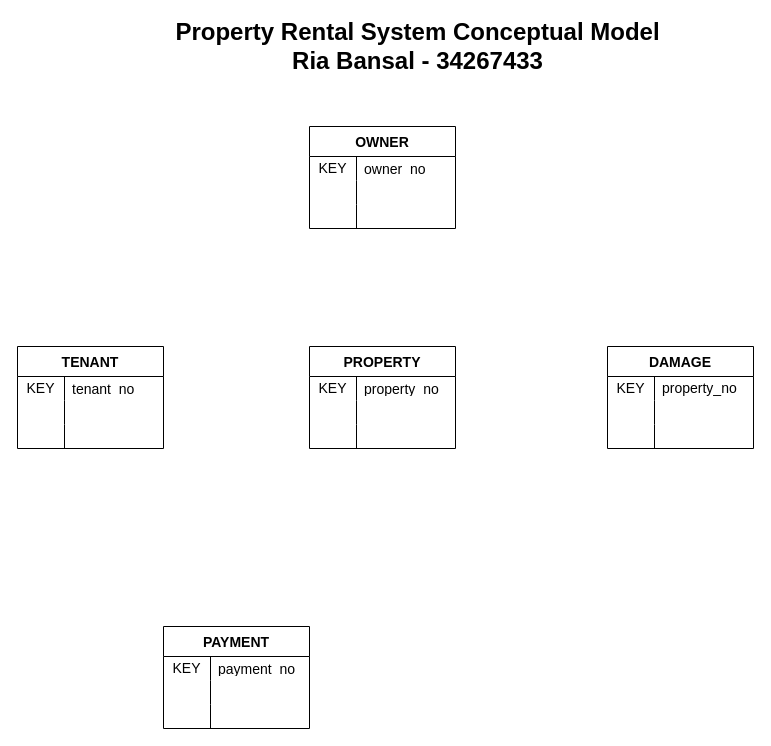
This is Applied/App02/prs_conceptual.drawio from riabansal27/databases-project, a draw.io file, before an edit. Source tidied: cells renumbered, new cells numbered last; positions are measured from the earlier drawing's top-left corner, leaving out a move shared by most shapes. Both pictures are drawn from the tidied source at 100%, with x=0, y=0 at pixel (17, 26).
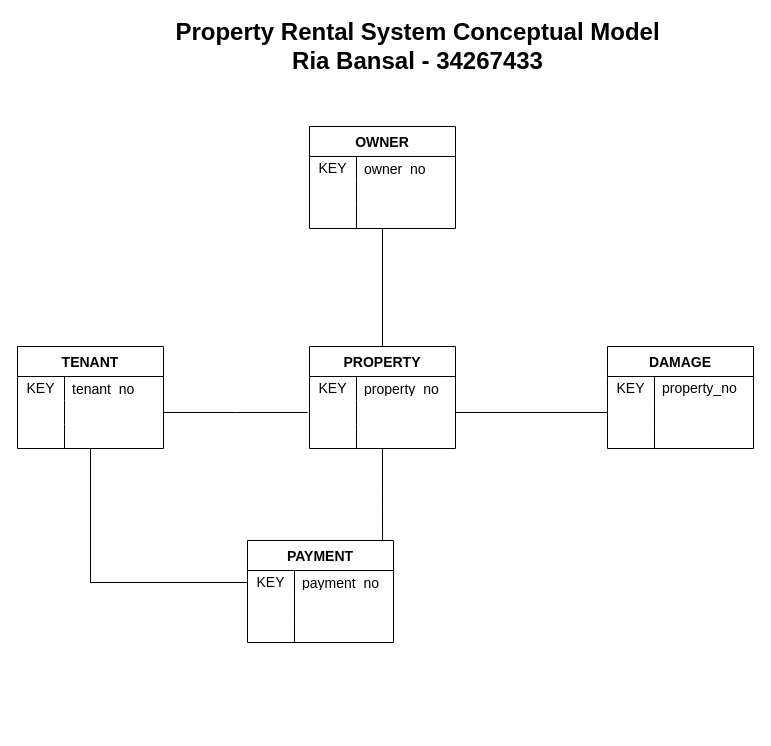
The same diagram, later.

Commit message (it also covers changes not shown here):
step 2 Relationships

Unchanged cells that the change refers to:
```xml
<mxCell id="3" value="OWNER" style="shape=table;startSize=30;childLayout=tableLayout;rowLines=0;fontStyle=1;fontSize=14;strokeWidth=1;rounded=0;" parent="1" vertex="1">
  <mxGeometry x="292" y="100" width="146" height="102" as="geometry" />
</mxCell>
<mxCell id="13" value="PROPERTY" style="shape=table;startSize=30;childLayout=tableLayout;rowLines=0;fontStyle=1;fontSize=14;strokeWidth=1;rounded=0;" parent="1" vertex="1">
  <mxGeometry x="292" y="320" width="146" height="102" as="geometry" />
</mxCell>
<mxCell id="17" style="shape=tableRow;horizontal=0;startSize=0;swimlaneHead=0;swimlaneBody=0;top=0;left=0;bottom=0;right=0;fillColor=none;points=[[0,0.5],[1,0.5]];portConstraint=eastwest;strokeColor=inherit;fontSize=16;" parent="13" vertex="1">
  <mxGeometry y="54" width="146" height="24" as="geometry" />
</mxCell>
<mxCell id="23" value="TENANT" style="shape=table;startSize=30;childLayout=tableLayout;rowLines=0;fontStyle=1;fontSize=14;strokeWidth=1;rounded=0;" parent="1" vertex="1">
  <mxGeometry y="320" width="146" height="102" as="geometry" />
</mxCell>
<mxCell id="27" style="shape=tableRow;horizontal=0;startSize=0;swimlaneHead=0;swimlaneBody=0;top=0;left=0;bottom=0;right=0;fillColor=none;points=[[0,0.5],[1,0.5]];portConstraint=eastwest;strokeColor=inherit;fontSize=16;" parent="23" vertex="1">
  <mxGeometry y="54" width="146" height="24" as="geometry" />
</mxCell>
<mxCell id="37" style="shape=tableRow;horizontal=0;startSize=0;swimlaneHead=0;swimlaneBody=0;top=0;left=0;bottom=0;right=0;fillColor=none;points=[[0,0.5],[1,0.5]];portConstraint=eastwest;strokeColor=inherit;fontSize=16;" parent="33" vertex="1">
  <mxGeometry y="54" width="146" height="24" as="geometry" />
</mxCell>
<mxCell id="44" style="shape=tableRow;horizontal=0;startSize=0;swimlaneHead=0;swimlaneBody=0;top=0;left=0;bottom=0;right=0;fillColor=none;points=[[0,0.5],[1,0.5]];portConstraint=eastwest;strokeColor=inherit;fontSize=16;" parent="43" vertex="1">
  <mxGeometry y="30" width="146" height="24" as="geometry" />
</mxCell>
```

Change to the diagram source:
```diff
@@
+    <mxCell id="53" style="edgeStyle=orthogonalEdgeStyle;rounded=0;jettySize=auto;html=1;entryX=0.5;entryY=0;entryDx=0;entryDy=0;endArrow=none;endFill=0;" parent="1" edge="1" source="3" target="13">
+      <mxGeometry relative="1" as="geometry" />
+    </mxCell>
@@
+    <mxCell id="54" style="edgeStyle=orthogonalEdgeStyle;rounded=0;jettySize=auto;html=1;entryX=0;entryY=0.5;entryDx=0;entryDy=0;endArrow=none;endFill=0;" parent="1" edge="1" source="23" target="44">
+      <mxGeometry relative="1" as="geometry" />
+    </mxCell>
@@
     <mxCell id="43" value="PAYMENT" style="shape=table;startSize=30;childLayout=tableLayout;rowLines=0;fontStyle=1;fontSize=14;strokeWidth=1;rounded=0;" parent="1" vertex="1">
-      <mxGeometry x="146" y="600" width="146" height="102" as="geometry" />
+      <mxGeometry x="230" y="514" width="146" height="102" as="geometry" />
     </mxCell>
@@
+    <mxCell id="55" style="edgeStyle=orthogonalEdgeStyle;rounded=0;jettySize=auto;html=1;endArrow=none;endFill=0;" parent="1" edge="1" source="27">
+      <mxGeometry relative="1" as="geometry">
+        <mxPoint x="290" y="386" as="targetPoint" />
+      </mxGeometry>
+    </mxCell>
+    <mxCell id="56" style="edgeStyle=orthogonalEdgeStyle;rounded=0;jettySize=auto;html=1;entryX=0;entryY=0.5;entryDx=0;entryDy=0;endArrow=none;endFill=0;" parent="1" edge="1" source="17" target="37">
+      <mxGeometry relative="1" as="geometry" />
+    </mxCell>
+    <mxCell id="57" style="edgeStyle=orthogonalEdgeStyle;rounded=0;jettySize=auto;html=1;entryX=0.925;entryY=0;entryDx=0;entryDy=0;entryPerimeter=0;endArrow=none;endFill=0;" parent="1" edge="1" source="13" target="43">
+      <mxGeometry relative="1" as="geometry" />
+    </mxCell>
```
